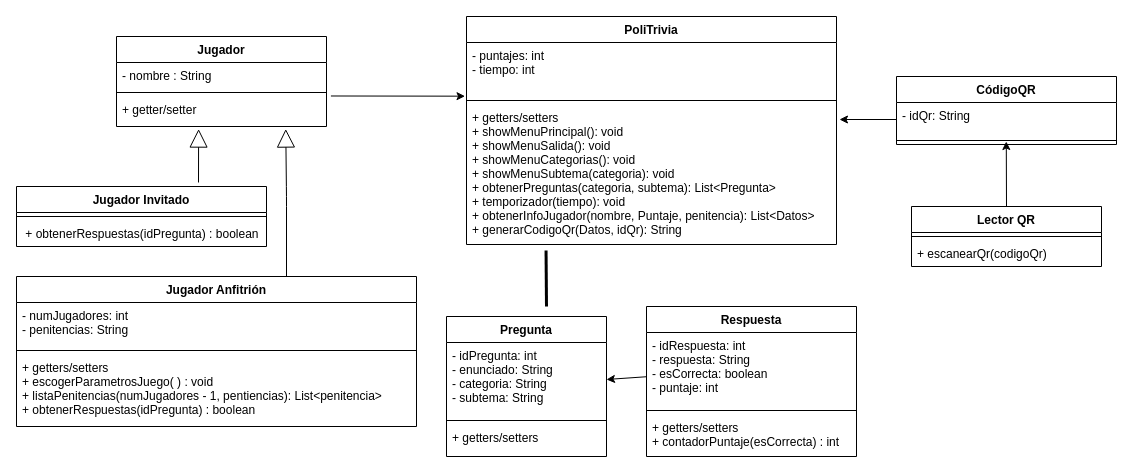
This is Design/PoliCodeCrafters_DC_PoliTrivia.drawio from dayapt04/prjPoliTriva, a draw.io file, before an edit. Source tidied: cells renumbered, new cells numbered last; positions are measured from the earlier drawing's top-left corner, leaving out a move shared by most shapes. Both pictures are drawn from the tidied source at 100%, with x=0, y=0 at pixel (16, 16).
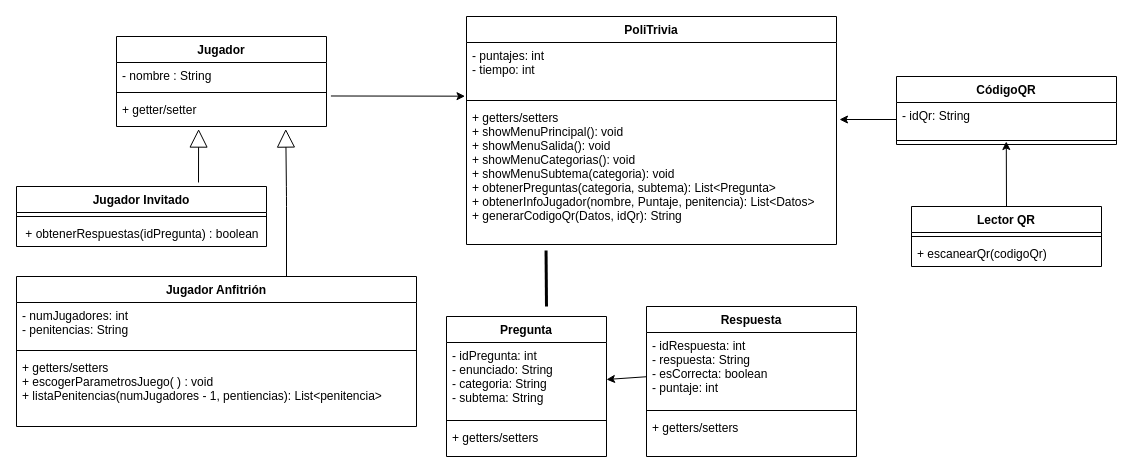
The same page after the edit.

Unchanged cells that the change refers to:
```xml
<mxCell id="6" value="Jugador Anfitrión" style="swimlane;fontStyle=1;align=center;verticalAlign=top;horizontal=1;startSize=26;" parent="1" vertex="1">
  <mxGeometry y="260" width="400" height="150" as="geometry" />
</mxCell>
<mxCell id="14" value="PoliTrivia" style="swimlane;fontStyle=1;align=center;verticalAlign=top;horizontal=1;startSize=26;" parent="1" vertex="1">
  <mxGeometry x="450" width="370" height="228" as="geometry" />
</mxCell>
<mxCell id="25" value="Respuesta" style="swimlane;fontStyle=1;align=center;verticalAlign=top;horizontal=1;startSize=26;" parent="1" vertex="1">
  <mxGeometry x="630" y="290" width="210" height="150" as="geometry" />
</mxCell>
```

The edit, as a diff of the source:
```diff
@@
-    <mxCell id="9" value="+ getters/setters&#10;+ escogerParametrosJuego( ) : void&#10;+ listaPenitencias(numJugadores - 1, pentiencias): List&lt;penitencia&gt;&#10;+ obtenerRespuestas(idPregunta) : boolean&#10;" style="text;strokeColor=none;fillColor=none;align=left;verticalAlign=top;spacingLeft=4;spacingRight=4;overflow=hidden;" parent="6" vertex="1">
+    <mxCell id="9" value="+ getters/setters&#10;+ escogerParametrosJuego( ) : void&#10;+ listaPenitencias(numJugadores - 1, pentiencias): List&lt;penitencia&gt;&#10;&#10;" style="text;strokeColor=none;fillColor=none;align=left;verticalAlign=top;spacingLeft=4;spacingRight=4;overflow=hidden;" parent="6" vertex="1">
       <mxGeometry y="78" width="400" height="72" as="geometry" />
     </mxCell>
@@
-    <mxCell id="17" value="+ getters/setters&#10;+ showMenuPrincipal(): void&#10;+ showMenuSalida(): void&#10;+ showMenuCategorias(): void&#10;+ showMenuSubtema(categoria): void&#10;+ obtenerPreguntas(categoria, subtema): List&lt;Pregunta&gt;&#10;+ temporizador(tiempo): void&#10;+ obtenerInfoJugador(nombre, Puntaje, penitencia): List&lt;Datos&gt; &#10;+ generarCodigoQr(Datos, idQr): String" style="text;strokeColor=none;fillColor=none;align=left;verticalAlign=top;spacingLeft=4;spacingRight=4;overflow=hidden;points=[[0,0.5],[1,0.5]];portConstraint=eastwest;" parent="14" vertex="1">
+    <mxCell id="17" value="+ getters/setters&#10;+ showMenuPrincipal(): void&#10;+ showMenuSalida(): void&#10;+ showMenuCategorias(): void&#10;+ showMenuSubtema(categoria): void&#10;+ obtenerPreguntas(categoria, subtema): List&lt;Pregunta&gt;&#10;+ obtenerInfoJugador(nombre, Puntaje, penitencia): List&lt;Datos&gt; &#10;+ generarCodigoQr(Datos, idQr): String" style="text;strokeColor=none;fillColor=none;align=left;verticalAlign=top;spacingLeft=4;spacingRight=4;overflow=hidden;points=[[0,0.5],[1,0.5]];portConstraint=eastwest;" parent="14" vertex="1">
       <mxGeometry y="88" width="370" height="140" as="geometry" />
     </mxCell>
@@
-    <mxCell id="28" value="+ getters/setters&#10;+ contadorPuntaje(esCorrecta) : int" style="text;strokeColor=none;fillColor=none;align=left;verticalAlign=top;spacingLeft=4;spacingRight=4;overflow=hidden;" parent="25" vertex="1">
+    <mxCell id="28" value="+ getters/setters&#10;" style="text;strokeColor=none;fillColor=none;align=left;verticalAlign=top;spacingLeft=4;spacingRight=4;overflow=hidden;" parent="25" vertex="1">
       <mxGeometry y="108" width="210" height="42" as="geometry" />
     </mxCell>
```
